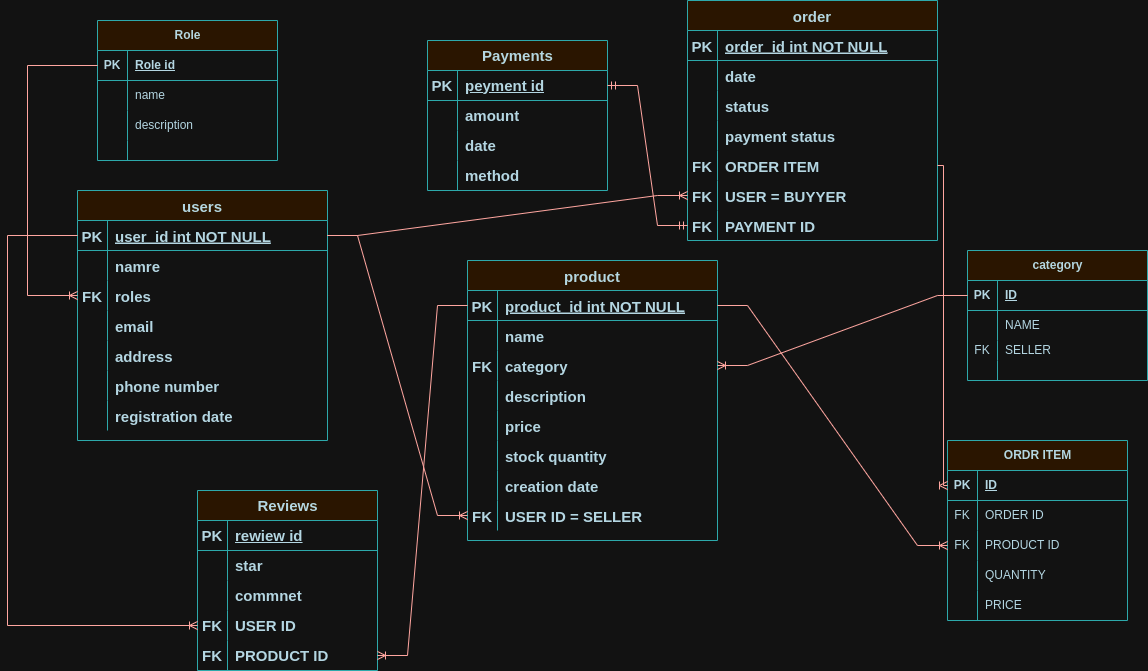
Before: homework14.drawio.png, a diagram exported from draw.io (rezayadegari92/hm14_maktab119). Source tidied: cells renumbered, new cells last; positions are measured from the earlier drawing's top-left corner, leaving out a move shared by most shapes.
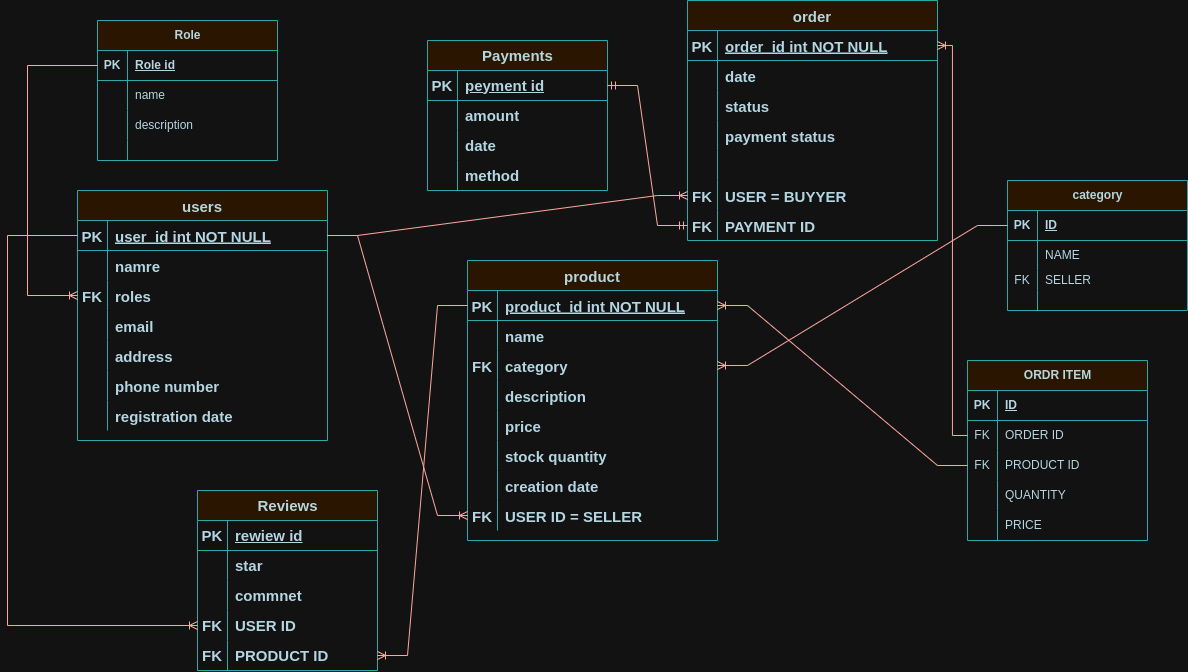
After the change.

The edit, as a diff of the source:
```diff
@@ -119,10 +119,10 @@
     <mxCell id="40" style="shape=partialRectangle;fillColor=none;points=[[0,0.5],[1,0.5]];portConstraint=eastwest;top=0;left=0;right=0;bottom=0;fontSize=15;fontStyle=1;labelBackgroundColor=none;strokeColor=#0F8B8D;fontColor=#143642;" parent="27" vertex="1">
       <mxGeometry y="150" width="250" height="30" as="geometry" />
     </mxCell>
-    <mxCell id="41" value="FK" style="shape=partialRectangle;overflow=hidden;fillColor=none;top=0;left=0;bottom=0;right=0;fontSize=15;fontStyle=1;labelBackgroundColor=none;strokeColor=#0F8B8D;fontColor=#143642;" parent="40" vertex="1">
+    <mxCell id="41" style="shape=partialRectangle;overflow=hidden;fillColor=none;top=0;left=0;bottom=0;right=0;fontSize=15;fontStyle=1;labelBackgroundColor=none;strokeColor=#0F8B8D;fontColor=#143642;" parent="40" vertex="1">
       <mxGeometry width="30" height="30" as="geometry" />
     </mxCell>
-    <mxCell id="42" value="ORDER ITEM" style="shape=partialRectangle;overflow=hidden;fillColor=none;top=0;left=0;bottom=0;right=0;align=left;spacingLeft=6;fontSize=15;fontStyle=1;labelBackgroundColor=none;strokeColor=#0F8B8D;fontColor=#143642;" parent="40" vertex="1">
+    <mxCell id="42" style="shape=partialRectangle;overflow=hidden;fillColor=none;top=0;left=0;bottom=0;right=0;align=left;spacingLeft=6;fontSize=15;fontStyle=1;labelBackgroundColor=none;strokeColor=#0F8B8D;fontColor=#143642;" parent="40" vertex="1">
       <mxGeometry x="30" width="220" height="30" as="geometry" />
     </mxCell>
     <mxCell id="43" style="shape=partialRectangle;fillColor=none;points=[[0,0.5],[1,0.5]];portConstraint=eastwest;top=0;left=0;right=0;bottom=0;fontSize=15;fontStyle=1;labelBackgroundColor=none;strokeColor=#0F8B8D;fontColor=#143642;" parent="27" vertex="1">
@@ -336,7 +336,7 @@
       <mxGeometry x="30" width="150" height="20" as="geometry" />
     </mxCell>
     <mxCell id="113" value="category" style="shape=table;startSize=30;rowLines=0;fontStyle=1;align=center;html=1;labelBackgroundColor=none;fillColor=#FAE5C7;strokeColor=#0F8B8D;fontColor=#143642;" parent="1" vertex="1">
-      <mxGeometry x="960" y="250" width="180" height="130" as="geometry" />
+      <mxGeometry x="1000" y="180" width="180" height="130" as="geometry" />
     </mxCell>
     <mxCell id="114" style="shape=tableRow;horizontal=0;startSize=0;swimlaneHead=0;swimlaneBody=0;fillColor=none;points=[[0,0.5],[1,0.5]];portConstraint=eastwest;top=0;left=0;right=0;bottom=1;labelBackgroundColor=none;strokeColor=#0F8B8D;fontColor=#143642;" parent="113" vertex="1">
       <mxGeometry y="30" width="180" height="30" as="geometry" />
@@ -375,7 +375,7 @@
       <mxGeometry x="30" width="150" height="20" as="geometry" />
     </mxCell>
     <mxCell id="126" value="ORDR ITEM" style="shape=table;startSize=30;rowLines=0;fontStyle=1;align=center;html=1;labelBackgroundColor=none;fillColor=#FAE5C7;strokeColor=#0F8B8D;fontColor=#143642;" parent="1" vertex="1">
-      <mxGeometry x="940" y="440" width="180" height="180" as="geometry" />
+      <mxGeometry x="960" y="360" width="180" height="180" as="geometry" />
     </mxCell>
     <mxCell id="127" style="shape=tableRow;horizontal=0;startSize=0;swimlaneHead=0;swimlaneBody=0;fillColor=none;points=[[0,0.5],[1,0.5]];portConstraint=eastwest;top=0;left=0;right=0;bottom=1;labelBackgroundColor=none;strokeColor=#0F8B8D;fontColor=#143642;" parent="126" vertex="1">
       <mxGeometry y="30" width="180" height="30" as="geometry" />
@@ -456,10 +456,10 @@
         </Array>
       </mxGeometry>
     </mxCell>
-    <mxCell id="148" style="edgeStyle=entityRelationEdgeStyle;fontSize=12;html=1;endArrow=ERoneToMany;rounded=0;exitX=1;exitY=0.5;exitDx=0;exitDy=0;entryX=0;entryY=0.5;entryDx=0;entryDy=0;labelBackgroundColor=none;strokeColor=#A8201A;fontColor=default;" parent="1" edge="1" source="3" target="133">
+    <mxCell id="148" style="edgeStyle=entityRelationEdgeStyle;fontSize=12;html=1;endArrow=ERoneToMany;rounded=0;exitX=0;exitY=0.5;exitDx=0;exitDy=0;labelBackgroundColor=none;strokeColor=#A8201A;fontColor=default;entryX=1;entryY=0.5;entryDx=0;entryDy=0;" parent="1" edge="1" source="133" target="3">
       <mxGeometry relative="1" as="geometry" />
     </mxCell>
-    <mxCell id="149" style="edgeStyle=elbowEdgeStyle;fontSize=12;html=1;endArrow=ERoneToMany;rounded=0;exitX=1;exitY=0.5;exitDx=0;exitDy=0;entryX=0;entryY=0.5;entryDx=0;entryDy=0;labelBackgroundColor=none;strokeColor=#A8201A;fontColor=default;" parent="1" edge="1" source="40" target="127">
+    <mxCell id="149" style="edgeStyle=elbowEdgeStyle;fontSize=12;html=1;endArrow=ERoneToMany;rounded=0;entryX=1;entryY=0.5;entryDx=0;entryDy=0;labelBackgroundColor=none;strokeColor=#A8201A;fontColor=default;exitX=0;exitY=0.5;exitDx=0;exitDy=0;" parent="1" edge="1" source="130" target="28">
       <mxGeometry relative="1" as="geometry" />
     </mxCell>
     <mxCell id="150" style="edgeStyle=entityRelationEdgeStyle;fontSize=12;html=1;endArrow=ERmandOne;startArrow=ERmandOne;rounded=0;exitX=1;exitY=0.5;exitDx=0;exitDy=0;entryX=0;entryY=0.5;entryDx=0;entryDy=0;labelBackgroundColor=none;strokeColor=#A8201A;fontColor=default;" parent="1" edge="1" source="72" target="46">
```
